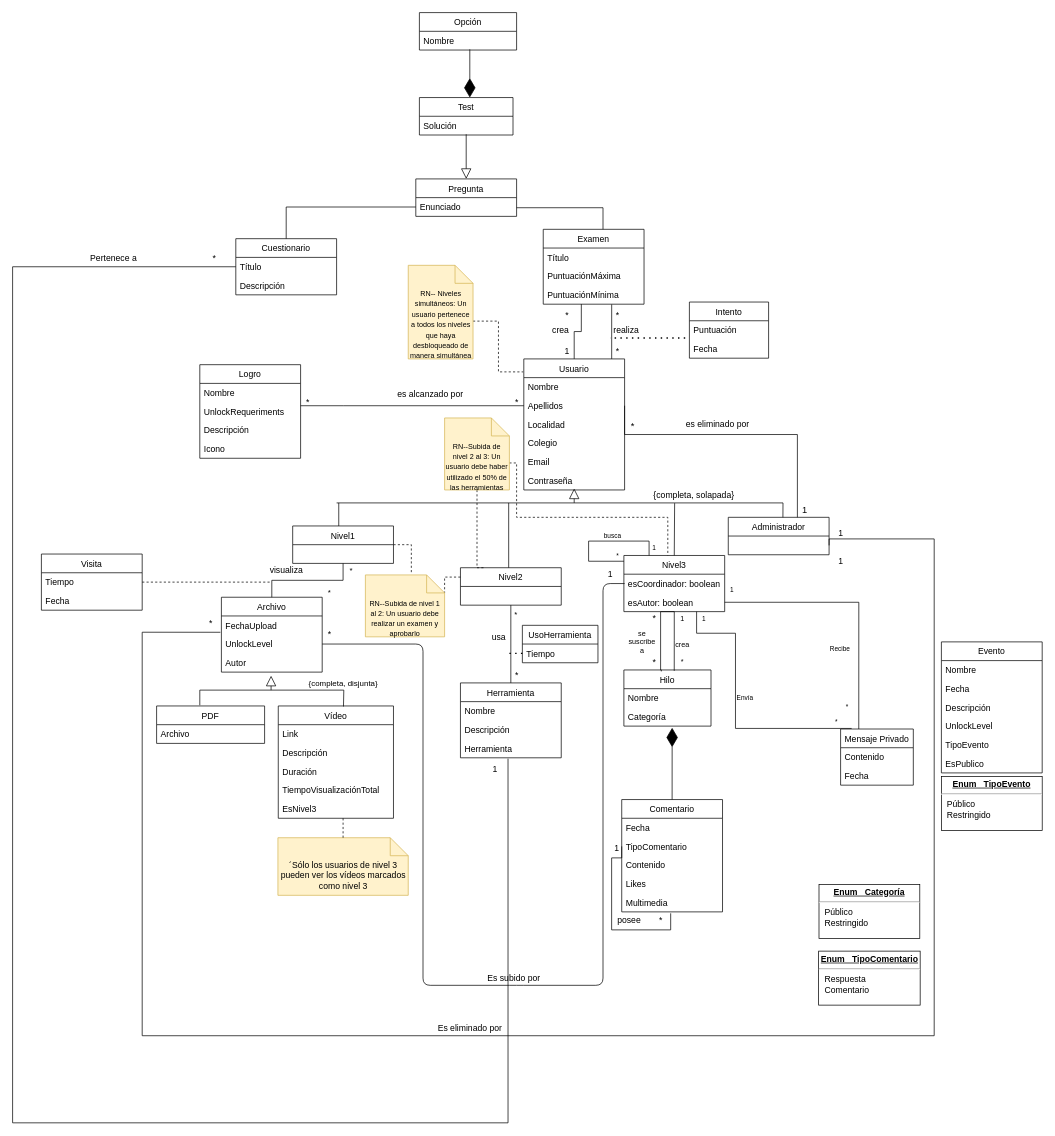
The draw.io diagram page "Page-1" (1 of 2) of Conceptualmodelm.drawio in gii-is-DP1/dp1-2020-g2-13, before the edit. Source tidied: cells renumbered, new cells numbered last; positions are measured from the earlier drawing's top-left corner, leaving out a move shared by most shapes. Both pictures are drawn from the tidied source at 72%, with x=0, y=0 at pixel (12, 12).
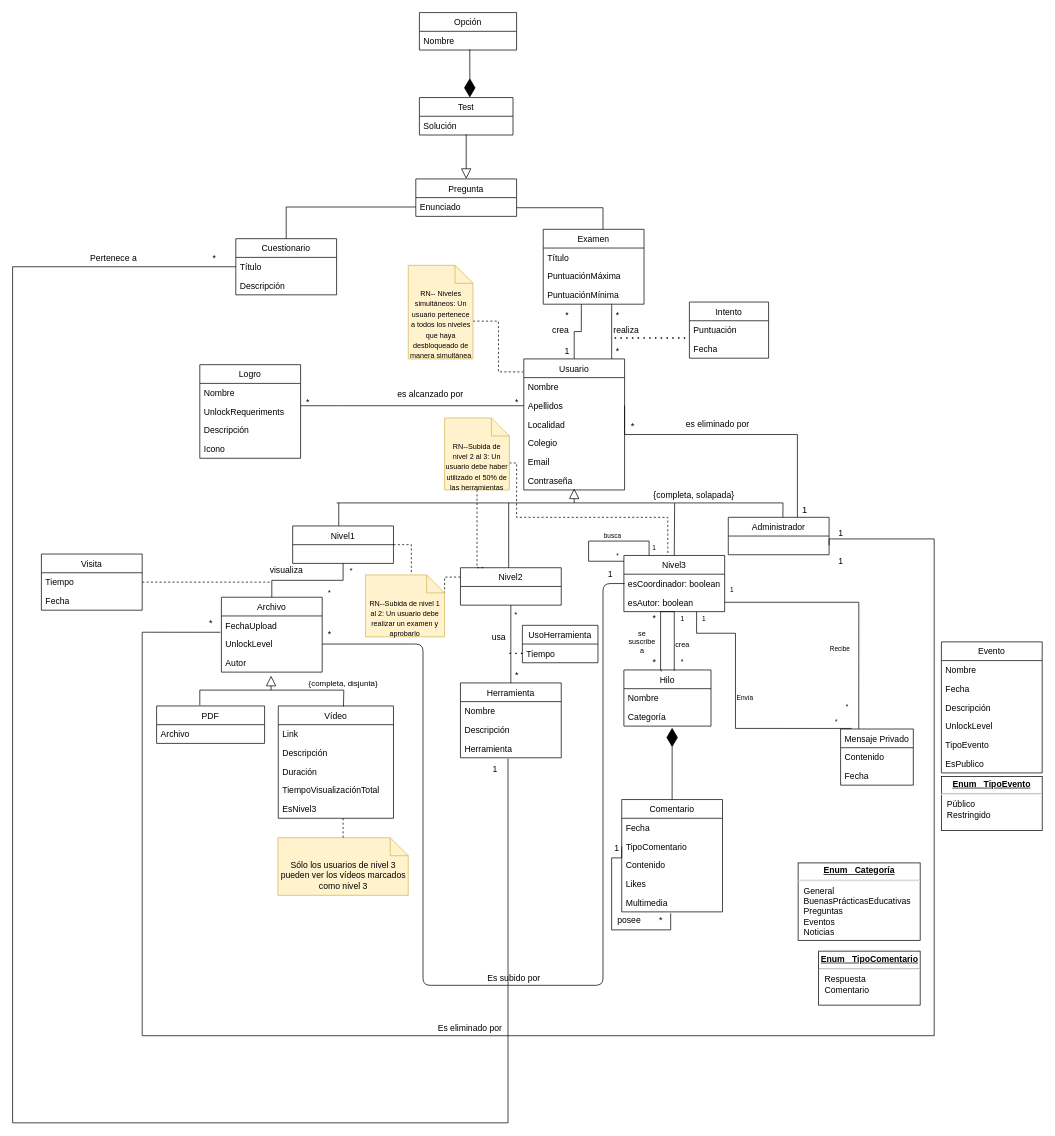
After the change.

The edit, as a diff of the source:
```diff
@@
-    <mxCell id="158" value="&lt;p style=&quot;margin: 0px ; margin-top: 4px ; text-align: center ; text-decoration: underline&quot;&gt;&lt;b&gt;Enum&amp;nbsp; &amp;nbsp;Categoría&lt;/b&gt;&lt;/p&gt;&lt;hr&gt;&lt;p style=&quot;margin: 0px ; margin-left: 8px&quot;&gt;Público&lt;br&gt;Restringido&lt;/p&gt;" style="verticalAlign=top;align=left;overflow=fill;fontSize=12;fontFamily=Helvetica;html=1;" parent="1" vertex="1">
-      <mxGeometry x="1120" y="1211" width="140" height="75" as="geometry" />
+    <mxCell id="158" value="&lt;p style=&quot;margin: 0px ; margin-top: 4px ; text-align: center ; text-decoration: underline&quot;&gt;&lt;b&gt;Enum&amp;nbsp; &amp;nbsp;Categoría&lt;/b&gt;&lt;/p&gt;&lt;hr&gt;&lt;p style=&quot;margin: 0px ; margin-left: 8px&quot;&gt;General&lt;br&gt;&lt;/p&gt;&lt;p style=&quot;margin: 0px ; margin-left: 8px&quot;&gt;BuenasPrácticasEducativas&lt;br&gt;Preguntas&lt;/p&gt;&lt;p style=&quot;margin: 0px ; margin-left: 8px&quot;&gt;Eventos&lt;/p&gt;&lt;p style=&quot;margin: 0px ; margin-left: 8px&quot;&gt;Noticias&lt;/p&gt;" style="verticalAlign=top;align=left;overflow=fill;fontSize=12;fontFamily=Helvetica;html=1;" parent="1" vertex="1">
+      <mxGeometry x="1091" y="1181" width="169.5" height="107.5" as="geometry" />
     </mxCell>
@@
-    <mxCell id="162" value="´Sólo los usuarios de nivel 3 pueden ver los vídeos marcados como nivel 3" style="shape=note2;boundedLbl=1;whiteSpace=wrap;html=1;size=25;verticalAlign=top;align=center;fillColor=#fff2cc;strokeColor=#d6b656;" parent="1" vertex="1">
+    <mxCell id="162" value="Sólo los usuarios de nivel 3 pueden ver los vídeos marcados como nivel 3" style="shape=note2;boundedLbl=1;whiteSpace=wrap;html=1;size=25;verticalAlign=top;align=center;fillColor=#fff2cc;strokeColor=#d6b656;" parent="1" vertex="1">
       <mxGeometry x="368.5" y="1146" width="181" height="80" as="geometry" />
     </mxCell>
```
